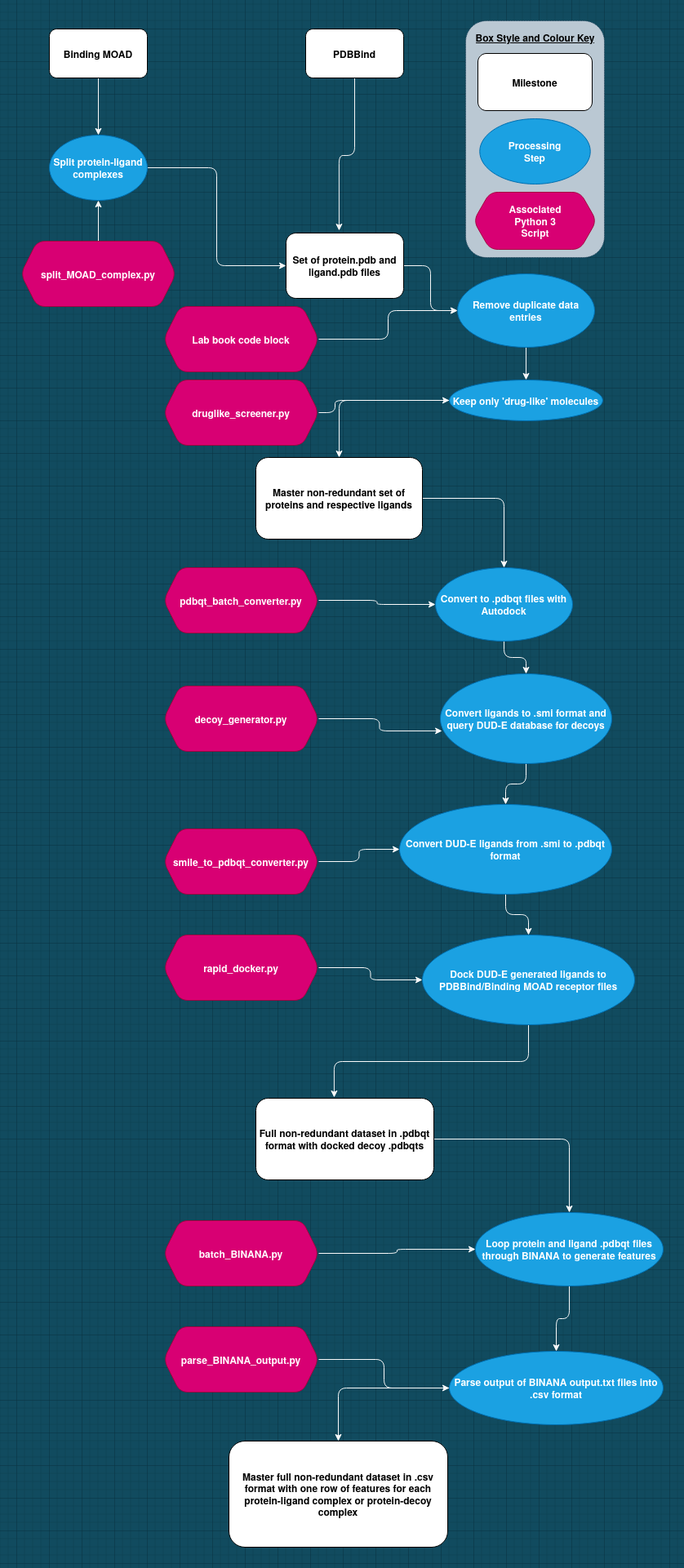
This is Images/data_cleaning.png from miles-mcgibbon/XGBScore, a draw.io export, as it was before one commit. Source tidied: cells renumbered, new cells last; positions are measured from the earlier drawing's top-left corner, leaving out a move shared by most shapes.
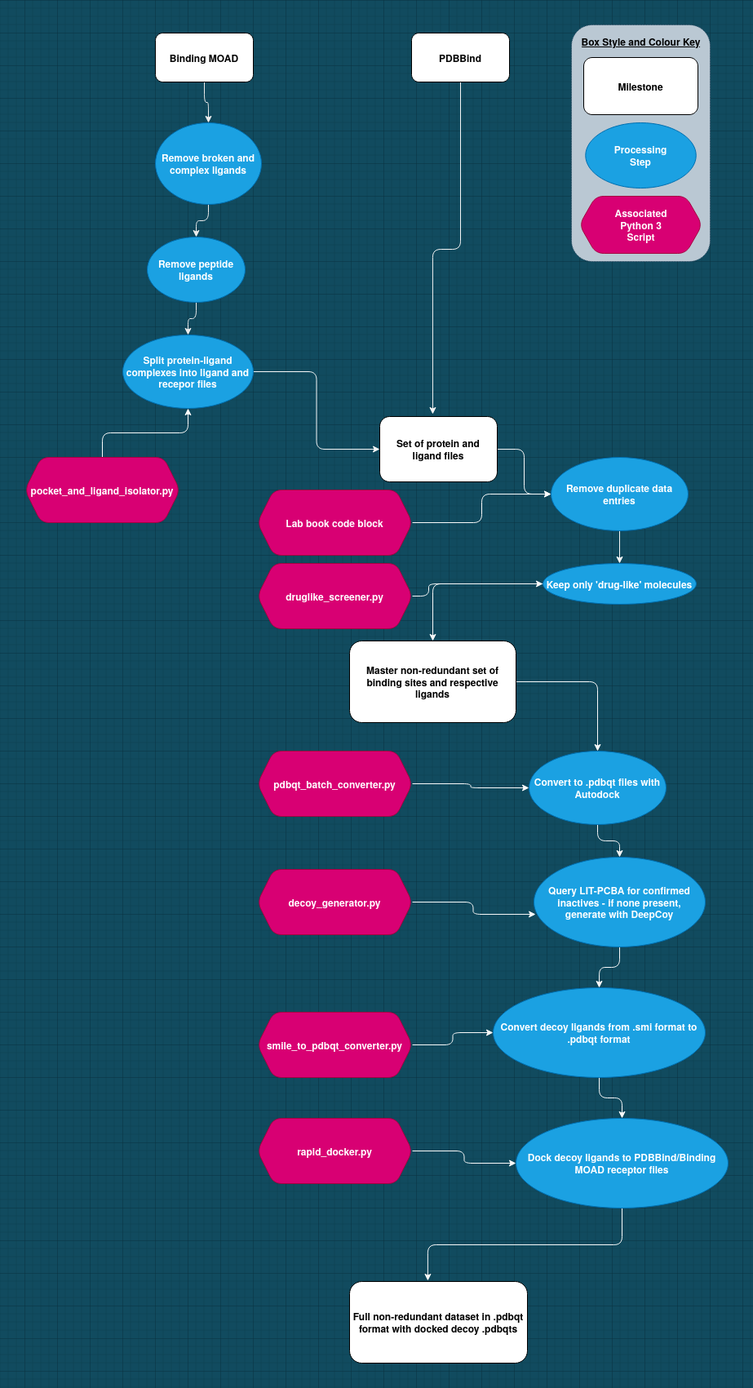
The same diagram one commit later.

The edit, as a diff of the source:
```diff
@@ -3,25 +3,25 @@
     <mxCell id="0" />
     <mxCell id="1" parent="0" />
     <mxCell id="2" style="rounded=1;whiteSpace=wrap;html=1;strokeWidth=1;dashed=1;dashPattern=1 1;fillColor=#bac8d3;strokeColor=#23445d;" parent="1" vertex="1">
-      <mxGeometry x="545" width="170" height="290" as="geometry" />
+      <mxGeometry x="560" y="-220" width="170" height="290" as="geometry" />
     </mxCell>
-    <mxCell id="3" style="edgeStyle=orthogonalEdgeStyle;curved=0;rounded=1;sketch=0;jettySize=auto;html=1;fillColor=#F45B69;fontColor=#E4FDE1;strokeColor=#FAFAFA;fontStyle=1;" parent="1" edge="1" source="4" target="8">
-      <mxGeometry relative="1" as="geometry" />
-    </mxCell>
+    <mxCell id="54" style="edgeStyle=orthogonalEdgeStyle;rounded=1;jettySize=auto;html=1;strokeColor=#EDEDED;" parent="1" edge="1" source="4" target="56">
+      <mxGeometry relative="1" as="geometry" />
+    </mxCell>
     <mxCell id="4" value="Binding MOAD" style="rounded=1;whiteSpace=wrap;html=1;sketch=0;fontStyle=1;" parent="1" vertex="1">
-      <mxGeometry x="35" y="10" width="120" height="60" as="geometry" />
+      <mxGeometry x="50" y="-210" width="120" height="60" as="geometry" />
     </mxCell>
     <mxCell id="5" style="edgeStyle=orthogonalEdgeStyle;curved=0;rounded=1;sketch=0;jettySize=auto;html=1;entryX=0.451;entryY=-0.037;entryDx=0;entryDy=0;entryPerimeter=0;strokeColor=#F7F7F7;fillColor=#F45B69;fontColor=#E4FDE1;fontStyle=1;" parent="1" edge="1" source="6" target="11">
       <mxGeometry relative="1" as="geometry" />
     </mxCell>
     <mxCell id="6" value="PDBBind" style="rounded=1;whiteSpace=wrap;html=1;sketch=0;fontStyle=1;" parent="1" vertex="1">
-      <mxGeometry x="349" y="10" width="120" height="60" as="geometry" />
+      <mxGeometry x="364" y="-210" width="120" height="60" as="geometry" />
     </mxCell>
-    <mxCell id="7" style="edgeStyle=orthogonalEdgeStyle;curved=0;rounded=1;sketch=0;jettySize=auto;html=1;entryX=0;entryY=0.5;entryDx=0;entryDy=0;fontColor=#E4FDE1;strokeColor=#F7F7F7;fontStyle=1;" parent="1" edge="1" source="8" target="11">
+    <mxCell id="7" style="edgeStyle=orthogonalEdgeStyle;curved=0;rounded=1;sketch=0;jettySize=auto;html=1;entryX=0;entryY=0.5;entryDx=0;entryDy=0;fontColor=#E4FDE1;strokeColor=#F7F7F7;fontStyle=1;exitX=1;exitY=0.5;exitDx=0;exitDy=0;" parent="1" edge="1" source="8" target="11">
       <mxGeometry relative="1" as="geometry" />
     </mxCell>
-    <mxCell id="8" value="Split protein-ligand complexes" style="ellipse;whiteSpace=wrap;html=1;rounded=1;sketch=0;fillColor=#1ba1e2;strokeColor=#006EAF;fontColor=#ffffff;fontStyle=1;" parent="1" vertex="1">
-      <mxGeometry x="35" y="140" width="120" height="80" as="geometry" />
+    <mxCell id="8" value="Split protein-ligand complexes into ligand and recepor files" style="ellipse;whiteSpace=wrap;html=1;rounded=1;sketch=0;fillColor=#1ba1e2;strokeColor=#006EAF;fontColor=#ffffff;fontStyle=1;" parent="1" vertex="1">
+      <mxGeometry x="10" y="160" width="160" height="90" as="geometry" />
     </mxCell>
     <mxCell id="9" style="edgeStyle=orthogonalEdgeStyle;curved=0;rounded=1;sketch=0;jettySize=auto;html=1;strokeColor=#F7F7F7;fillColor=#F45B69;fontColor=#E4FDE1;exitX=0.5;exitY=1;exitDx=0;exitDy=0;entryX=0.5;entryY=0;entryDx=0;entryDy=0;fontStyle=1;" parent="1" edge="1" source="18" target="20">
       <mxGeometry relative="1" as="geometry" />
@@ -29,7 +29,7 @@
     <mxCell id="10" style="edgeStyle=orthogonalEdgeStyle;curved=0;rounded=1;sketch=0;jettySize=auto;html=1;strokeColor=#F7F7F7;fillColor=#F45B69;fontColor=#E4FDE1;fontStyle=1;" parent="1" edge="1" source="11" target="18">
       <mxGeometry relative="1" as="geometry" />
     </mxCell>
-    <mxCell id="11" value="Set of protein.pdb and ligand.pdb files" style="rounded=1;whiteSpace=wrap;html=1;sketch=0;fontStyle=1;" parent="1" vertex="1">
+    <mxCell id="11" value="&lt;div&gt;Set of protein and &lt;br&gt;&lt;/div&gt;&lt;div&gt;ligand files&lt;/div&gt;" style="rounded=1;whiteSpace=wrap;html=1;sketch=0;fontStyle=1;" parent="1" vertex="1">
       <mxGeometry x="325" y="260" width="144" height="80" as="geometry" />
     </mxCell>
     <mxCell id="12" style="edgeStyle=orthogonalEdgeStyle;curved=0;rounded=1;sketch=0;jettySize=auto;html=1;strokeColor=#F7F7F7;fillColor=#F45B69;fontColor=#E4FDE1;fontStyle=1;" parent="1" edge="1" source="13" target="15">
@@ -41,12 +41,9 @@
     <mxCell id="14" style="edgeStyle=orthogonalEdgeStyle;rounded=1;jettySize=auto;html=1;strokeColor=#FAFAFA;fontStyle=1;" parent="1" edge="1" source="15" target="24">
       <mxGeometry relative="1" as="geometry" />
     </mxCell>
-    <mxCell id="15" value="Convert ligands to .smi format and query DUD-E database for decoys" style="ellipse;whiteSpace=wrap;html=1;rounded=0;sketch=0;strokeColor=#006EAF;fillColor=#1ba1e2;fontColor=#ffffff;fontStyle=1;" parent="1" vertex="1">
+    <mxCell id="15" value="&lt;div&gt;Query LIT-PCBA for confirmed inactives - if none present, &lt;br&gt;&lt;/div&gt;&lt;div&gt;generate with DeepCoy &lt;/div&gt;" style="ellipse;whiteSpace=wrap;html=1;rounded=0;sketch=0;strokeColor=#006EAF;fillColor=#1ba1e2;fontColor=#ffffff;fontStyle=1;" parent="1" vertex="1">
       <mxGeometry x="514" y="800" width="210" height="110" as="geometry" />
     </mxCell>
-    <mxCell id="16" style="edgeStyle=orthogonalEdgeStyle;rounded=1;jettySize=auto;html=1;strokeColor=#FAFAFA;fontStyle=1;" parent="1" edge="1" source="17" target="28">
-      <mxGeometry relative="1" as="geometry" />
-    </mxCell>
     <mxCell id="17" value="Full non-redundant dataset in .pdbqt format with docked decoy .pdbqts" style="rounded=1;whiteSpace=wrap;html=1;sketch=0;fontStyle=1;" parent="1" vertex="1">
       <mxGeometry x="288" y="1320" width="218" height="100" as="geometry" />
     </mxCell>
@@ -62,41 +59,26 @@
     <mxCell id="21" style="edgeStyle=orthogonalEdgeStyle;rounded=1;jettySize=auto;html=1;entryX=0.5;entryY=0;entryDx=0;entryDy=0;strokeColor=#FAFAFA;" parent="1" edge="1" source="22" target="13">
       <mxGeometry relative="1" as="geometry" />
     </mxCell>
-    <mxCell id="22" value="Master non-redundant set of proteins and respective ligands" style="rounded=1;whiteSpace=wrap;html=1;sketch=0;fontStyle=1;" parent="1" vertex="1">
+    <mxCell id="22" value="Master non-redundant set of binding sites and respective ligands" style="rounded=1;whiteSpace=wrap;html=1;sketch=0;fontStyle=1;" parent="1" vertex="1">
       <mxGeometry x="288" y="535" width="204" height="100" as="geometry" />
     </mxCell>
     <mxCell id="23" style="edgeStyle=orthogonalEdgeStyle;rounded=1;jettySize=auto;html=1;strokeColor=#FAFAFA;fontStyle=1;" parent="1" edge="1" source="24" target="26">
       <mxGeometry relative="1" as="geometry" />
     </mxCell>
-    <mxCell id="24" value="Convert DUD-E ligands from .smi to .pdbqt format" style="ellipse;whiteSpace=wrap;html=1;rounded=0;sketch=0;strokeColor=#006EAF;fillColor=#1ba1e2;fontColor=#ffffff;fontStyle=1;" parent="1" vertex="1">
+    <mxCell id="24" value="Convert decoy ligands from .smi format to .pdbqt format" style="ellipse;whiteSpace=wrap;html=1;rounded=0;sketch=0;strokeColor=#006EAF;fillColor=#1ba1e2;fontColor=#ffffff;fontStyle=1;" parent="1" vertex="1">
       <mxGeometry x="464" y="960" width="260" height="110" as="geometry" />
     </mxCell>
     <mxCell id="25" style="edgeStyle=orthogonalEdgeStyle;rounded=1;jettySize=auto;html=1;entryX=0.44;entryY=-0.01;entryDx=0;entryDy=0;entryPerimeter=0;strokeColor=#FAFAFA;fontStyle=1;" parent="1" edge="1" source="26" target="17">
       <mxGeometry relative="1" as="geometry" />
     </mxCell>
-    <mxCell id="26" value="Dock DUD-E generated ligands to PDBBind/Binding MOAD receptor files" style="ellipse;whiteSpace=wrap;html=1;rounded=0;sketch=0;strokeColor=#006EAF;fillColor=#1ba1e2;fontColor=#ffffff;fontStyle=1;" parent="1" vertex="1">
+    <mxCell id="26" value="Dock decoy ligands to PDBBind/Binding MOAD receptor files" style="ellipse;whiteSpace=wrap;html=1;rounded=0;sketch=0;strokeColor=#006EAF;fillColor=#1ba1e2;fontColor=#ffffff;fontStyle=1;" parent="1" vertex="1">
       <mxGeometry x="492" y="1120" width="260" height="110" as="geometry" />
     </mxCell>
-    <mxCell id="27" style="edgeStyle=orthogonalEdgeStyle;rounded=1;jettySize=auto;html=1;strokeColor=#FAFAFA;fontStyle=1;" parent="1" edge="1" source="28" target="30">
-      <mxGeometry relative="1" as="geometry" />
-    </mxCell>
-    <mxCell id="28" value="Loop protein and ligand .pdbqt files through BINANA to generate features" style="ellipse;whiteSpace=wrap;html=1;rounded=1;sketch=0;fillColor=#1ba1e2;strokeColor=#006EAF;fontColor=#ffffff;fontStyle=1;" parent="1" vertex="1">
-      <mxGeometry x="557" y="1460" width="230" height="90" as="geometry" />
-    </mxCell>
-    <mxCell id="29" style="edgeStyle=orthogonalEdgeStyle;rounded=1;jettySize=auto;html=1;strokeColor=#FAFAFA;fontStyle=1;" parent="1" edge="1" source="30" target="31">
-      <mxGeometry relative="1" as="geometry" />
-    </mxCell>
-    <mxCell id="30" value="Parse output of BINANA output.txt files into .csv format" style="ellipse;whiteSpace=wrap;html=1;rounded=1;sketch=0;fillColor=#1ba1e2;strokeColor=#006EAF;fontColor=#ffffff;fontStyle=1;" parent="1" vertex="1">
-      <mxGeometry x="525" y="1630" width="262" height="90" as="geometry" />
-    </mxCell>
-    <mxCell id="31" value="Master full non-redundant dataset in .csv format with one row of features for each protein-ligand complex or protein-decoy complex" style="whiteSpace=wrap;html=1;rounded=1;sketch=0;fontStyle=1;" parent="1" vertex="1">
-      <mxGeometry x="255" y="1740" width="268" height="130" as="geometry" />
-    </mxCell>
     <mxCell id="32" style="edgeStyle=orthogonalEdgeStyle;rounded=1;jettySize=auto;html=1;entryX=0.5;entryY=1;entryDx=0;entryDy=0;strokeColor=#FAFAFA;" parent="1" edge="1" source="33" target="8">
       <mxGeometry relative="1" as="geometry" />
     </mxCell>
-    <mxCell id="33" value="split_MOAD_complex.py" style="shape=hexagon;perimeter=hexagonPerimeter2;whiteSpace=wrap;html=1;fixedSize=1;rounded=1;fontStyle=1;strokeColor=#A50040;fillColor=#d80073;sketch=0;fontColor=#ffffff;" parent="1" vertex="1">
-      <mxGeometry y="270" width="190" height="80" as="geometry" />
+    <mxCell id="33" value="pocket_and_ligand_isolator.py" style="shape=hexagon;perimeter=hexagonPerimeter2;whiteSpace=wrap;html=1;fixedSize=1;rounded=1;fontStyle=1;strokeColor=#A50040;fillColor=#d80073;sketch=0;fontColor=#ffffff;" parent="1" vertex="1">
+      <mxGeometry x="-110" y="310" width="190" height="80" as="geometry" />
     </mxCell>
     <mxCell id="34" style="edgeStyle=orthogonalEdgeStyle;rounded=1;jettySize=auto;html=1;strokeColor=#FAFAFA;" parent="1" edge="1" source="35" target="18">
       <mxGeometry relative="1" as="geometry" />
@@ -139,29 +121,29 @@
     <mxCell id="45" value="rapid_docker.py" style="shape=hexagon;perimeter=hexagonPerimeter2;whiteSpace=wrap;html=1;fixedSize=1;rounded=1;fontStyle=1;strokeColor=#A50040;fillColor=#d80073;sketch=0;fontColor=#ffffff;" parent="1" vertex="1">
       <mxGeometry x="175" y="1120" width="190" height="80" as="geometry" />
     </mxCell>
-    <mxCell id="46" style="edgeStyle=orthogonalEdgeStyle;rounded=1;jettySize=auto;html=1;entryX=0;entryY=0.5;entryDx=0;entryDy=0;strokeColor=#FAFAFA;" parent="1" edge="1" source="47" target="28">
-      <mxGeometry relative="1" as="geometry" />
-    </mxCell>
-    <mxCell id="47" value="batch_BINANA.py" style="shape=hexagon;perimeter=hexagonPerimeter2;whiteSpace=wrap;html=1;fixedSize=1;rounded=1;fontStyle=1;strokeColor=#A50040;fillColor=#d80073;sketch=0;fontColor=#ffffff;" parent="1" vertex="1">
-      <mxGeometry x="175" y="1470" width="190" height="80" as="geometry" />
-    </mxCell>
-    <mxCell id="48" style="edgeStyle=orthogonalEdgeStyle;rounded=1;jettySize=auto;html=1;strokeColor=#FAFAFA;" parent="1" edge="1" source="49" target="30">
-      <mxGeometry relative="1" as="geometry" />
-    </mxCell>
-    <mxCell id="49" value="parse_BINANA_output.py" style="shape=hexagon;perimeter=hexagonPerimeter2;whiteSpace=wrap;html=1;fixedSize=1;rounded=1;fontStyle=1;strokeColor=#A50040;fillColor=#d80073;sketch=0;fontColor=#ffffff;" parent="1" vertex="1">
-      <mxGeometry x="175" y="1600" width="190" height="80" as="geometry" />
-    </mxCell>
     <mxCell id="50" value="&lt;b&gt;Milestone&lt;/b&gt;" style="rounded=1;whiteSpace=wrap;html=1;perimeterSpacing=5;strokeWidth=1;" parent="1" vertex="1">
-      <mxGeometry x="560" y="40" width="140" height="70" as="geometry" />
+      <mxGeometry x="575" y="-180" width="140" height="70" as="geometry" />
     </mxCell>
     <mxCell id="51" value="&lt;div&gt;Processing&lt;/div&gt;&lt;div&gt;Step&lt;br&gt;&lt;/div&gt;" style="ellipse;whiteSpace=wrap;html=1;rounded=0;sketch=0;strokeColor=#006EAF;fillColor=#1ba1e2;fontColor=#ffffff;fontStyle=1;" parent="1" vertex="1">
-      <mxGeometry x="562.2" y="120" width="135.5" height="80" as="geometry" />
+      <mxGeometry x="577.2" y="-100" width="135.5" height="80" as="geometry" />
     </mxCell>
     <mxCell id="52" value="&lt;div&gt;Associated&lt;/div&gt;&lt;div&gt;Python 3 &lt;br&gt;&lt;/div&gt;&lt;div&gt;Script&lt;br&gt;&lt;/div&gt;" style="shape=hexagon;perimeter=hexagonPerimeter2;whiteSpace=wrap;html=1;fixedSize=1;rounded=1;fontStyle=1;strokeColor=#A50040;fillColor=#d80073;sketch=0;fontColor=#ffffff;" parent="1" vertex="1">
-      <mxGeometry x="554.8" y="210" width="150.5" height="70" as="geometry" />
+      <mxGeometry x="569.8" y="-10" width="150.5" height="70" as="geometry" />
     </mxCell>
     <mxCell id="53" value="Box Style and Colour Key" style="text;html=1;strokeColor=none;fillColor=none;align=center;verticalAlign=middle;whiteSpace=wrap;rounded=0;dashed=1;dashPattern=1 1;fontStyle=5;" parent="1" vertex="1">
-      <mxGeometry x="552.6" y="10" width="154.8" height="20" as="geometry" />
+      <mxGeometry x="567.6" y="-210" width="154.8" height="20" as="geometry" />
     </mxCell>
+    <mxCell id="55" style="edgeStyle=orthogonalEdgeStyle;rounded=1;jettySize=auto;html=1;strokeColor=#EDEDED;" parent="1" edge="1" source="56" target="58">
+      <mxGeometry relative="1" as="geometry" />
+    </mxCell>
+    <mxCell id="56" value="Remove broken and complex ligands" style="ellipse;whiteSpace=wrap;html=1;rounded=1;fontStyle=1;sketch=0;fillColor=#1ba1e2;strokeColor=#006EAF;fontColor=#ffffff;" parent="1" vertex="1">
+      <mxGeometry x="50" y="-100" width="130" height="100" as="geometry" />
+    </mxCell>
+    <mxCell id="57" style="edgeStyle=orthogonalEdgeStyle;rounded=1;jettySize=auto;html=1;strokeColor=#EDEDED;" parent="1" edge="1" source="58" target="8">
+      <mxGeometry relative="1" as="geometry" />
+    </mxCell>
+    <mxCell id="58" value="Remove peptide ligands" style="ellipse;whiteSpace=wrap;html=1;rounded=1;fontStyle=1;sketch=0;fillColor=#1ba1e2;strokeColor=#006EAF;fontColor=#ffffff;" parent="1" vertex="1">
+      <mxGeometry x="40" y="40" width="120" height="80" as="geometry" />
+    </mxCell>
   </root>
 </mxGraphModel>
```
